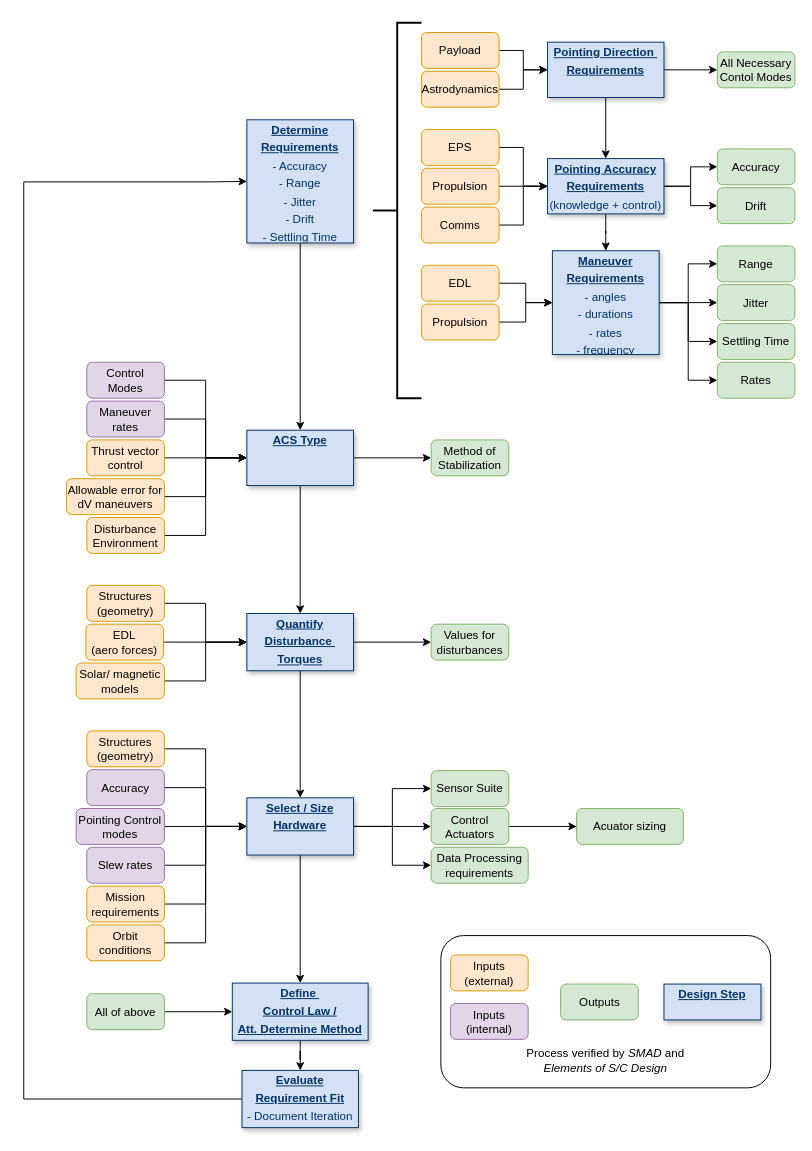
Earlier version of the draw.io diagram top-level_block_diagram.drawio (LMaiorano/DSE-AOCS-Design). Source tidied: cells renumbered, new cells numbered last; positions are measured from the earlier drawing's top-left corner, leaving out a move shared by most shapes. Both pictures are drawn from the tidied source at 97%, with x=0, y=0 at pixel (23, 22).
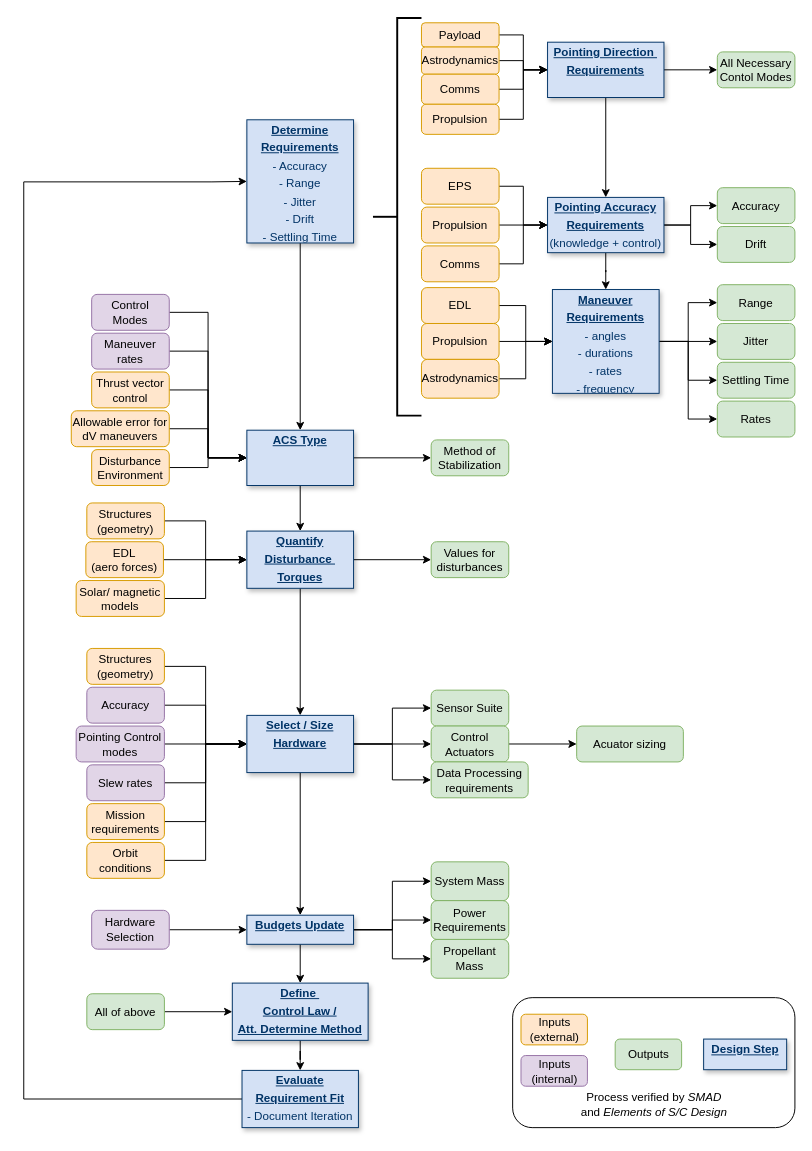
The same page after the edit.

Unchanged cells that the change refers to:
```xml
<mxCell id="4" value="&lt;p style=&quot;margin: 0px ; margin-top: 4px ; text-align: center ; text-decoration: underline&quot;&gt;&lt;b&gt;ACS Type&lt;/b&gt;&lt;/p&gt;&lt;p style=&quot;margin: 0px ; margin-top: 4px ; text-align: center ; text-decoration: underline&quot;&gt;&lt;b&gt;&lt;br&gt;&lt;/b&gt;&lt;/p&gt;" style="verticalAlign=top;align=left;overflow=fill;fontSize=12;fontFamily=Helvetica;html=1;strokeColor=#003366;shadow=1;fillColor=#D4E1F5;fontColor=#003366;" parent="1" vertex="1">
  <mxGeometry x="230" y="420" width="110" height="57" as="geometry" />
</mxCell>
<mxCell id="7" value="&lt;p style=&quot;margin: 0px ; margin-top: 4px ; text-align: center ; text-decoration: underline&quot;&gt;&lt;b&gt;Pointing Direction&amp;nbsp;&lt;/b&gt;&lt;/p&gt;&lt;p style=&quot;margin: 0px ; margin-top: 4px ; text-align: center ; text-decoration: underline&quot;&gt;&lt;b&gt;Requirements&lt;/b&gt;&lt;/p&gt;" style="verticalAlign=top;align=left;overflow=fill;fontSize=12;fontFamily=Helvetica;html=1;strokeColor=#003366;shadow=1;fillColor=#D4E1F5;fontColor=#003366;" parent="1" vertex="1">
  <mxGeometry x="540" y="20" width="120" height="57" as="geometry" />
</mxCell>
<mxCell id="26" value="&lt;p style=&quot;margin: 0px ; margin-top: 4px ; text-align: center ; text-decoration: underline&quot;&gt;&lt;b&gt;Define&amp;nbsp;&lt;/b&gt;&lt;/p&gt;&lt;p style=&quot;margin: 0px ; margin-top: 4px ; text-align: center ; text-decoration: underline&quot;&gt;&lt;b&gt;Control Law /&lt;/b&gt;&lt;/p&gt;&lt;p style=&quot;margin: 0px ; margin-top: 4px ; text-align: center ; text-decoration: underline&quot;&gt;&lt;b&gt;Att. Determine Method&lt;/b&gt;&lt;/p&gt;" style="verticalAlign=top;align=left;overflow=fill;fontSize=12;fontFamily=Helvetica;html=1;strokeColor=#003366;shadow=1;fillColor=#D4E1F5;fontColor=#003366;" parent="1" vertex="1">
  <mxGeometry x="215" y="990" width="140" height="59" as="geometry" />
</mxCell>
```

What changed in the source:
```diff
@@
     <mxCell id="11" value="&lt;p style=&quot;margin: 0px ; margin-top: 4px ; text-align: center ; text-decoration: underline&quot;&gt;&lt;b&gt;Pointing Accuracy&lt;/b&gt;&lt;/p&gt;&lt;p style=&quot;margin: 0px ; margin-top: 4px ; text-align: center ; text-decoration: underline&quot;&gt;&lt;b&gt;Requirements&lt;/b&gt;&lt;/p&gt;&lt;p style=&quot;margin: 4px 0px 0px ; text-align: center&quot;&gt;(knowledge + control)&lt;/p&gt;" style="verticalAlign=top;align=left;overflow=fill;fontSize=12;fontFamily=Helvetica;html=1;strokeColor=#003366;shadow=1;fillColor=#D4E1F5;fontColor=#003366;" parent="1" vertex="1">
-      <mxGeometry x="540" y="140" width="120" height="57" as="geometry" />
+      <mxGeometry x="540" y="180" width="120" height="57" as="geometry" />
     </mxCell>
@@
     <mxCell id="16" value="&lt;p style=&quot;margin: 0px ; margin-top: 4px ; text-align: center ; text-decoration: underline&quot;&gt;&lt;b&gt;Maneuver&lt;/b&gt;&lt;/p&gt;&lt;p style=&quot;margin: 0px ; margin-top: 4px ; text-align: center ; text-decoration: underline&quot;&gt;&lt;b&gt;Requirements&lt;/b&gt;&lt;/p&gt;&lt;p style=&quot;margin: 4px 0px 0px ; text-align: center&quot;&gt;- angles&lt;/p&gt;&lt;p style=&quot;margin: 4px 0px 0px ; text-align: center&quot;&gt;- durations&lt;/p&gt;&lt;p style=&quot;margin: 4px 0px 0px ; text-align: center&quot;&gt;- rates&lt;/p&gt;&lt;p style=&quot;margin: 4px 0px 0px ; text-align: center&quot;&gt;- frequency&lt;/p&gt;" style="verticalAlign=top;align=left;overflow=fill;fontSize=12;fontFamily=Helvetica;html=1;strokeColor=#003366;shadow=1;fillColor=#D4E1F5;fontColor=#003366;" parent="1" vertex="1">
-      <mxGeometry x="545" y="235" width="110" height="107" as="geometry" />
+      <mxGeometry x="545" y="275" width="110" height="107" as="geometry" />
     </mxCell>
@@
     <mxCell id="19" value="&lt;p style=&quot;margin: 0px ; margin-top: 4px ; text-align: center ; text-decoration: underline&quot;&gt;&lt;b&gt;Quantify&lt;/b&gt;&lt;/p&gt;&lt;p style=&quot;margin: 0px ; margin-top: 4px ; text-align: center ; text-decoration: underline&quot;&gt;&lt;b&gt;Disturbance&amp;nbsp;&lt;/b&gt;&lt;/p&gt;&lt;p style=&quot;margin: 0px ; margin-top: 4px ; text-align: center ; text-decoration: underline&quot;&gt;&lt;b&gt;Torques&lt;/b&gt;&lt;/p&gt;" style="verticalAlign=top;align=left;overflow=fill;fontSize=12;fontFamily=Helvetica;html=1;strokeColor=#003366;shadow=1;fillColor=#D4E1F5;fontColor=#003366;" parent="1" vertex="1">
-      <mxGeometry x="230" y="609" width="110" height="59" as="geometry" />
+      <mxGeometry x="230" y="524" width="110" height="59" as="geometry" />
     </mxCell>
-    <mxCell id="20" style="edgeStyle=orthogonalEdgeStyle;rounded=0;jettySize=auto;html=1;" parent="1" edge="1" source="24" target="26">
-      <mxGeometry relative="1" as="geometry" />
-    </mxCell>
@@
+    <mxCell id="97" style="edgeStyle=orthogonalEdgeStyle;rounded=0;jettySize=auto;html=1;" parent="1" edge="1" source="24" target="109">
+      <mxGeometry relative="1" as="geometry" />
+    </mxCell>
     <mxCell id="24" value="&lt;p style=&quot;margin: 0px ; margin-top: 4px ; text-align: center ; text-decoration: underline&quot;&gt;&lt;b&gt;Select / Size&lt;/b&gt;&lt;/p&gt;&lt;p style=&quot;margin: 0px ; margin-top: 4px ; text-align: center ; text-decoration: underline&quot;&gt;&lt;b&gt;Hardware&lt;/b&gt;&lt;/p&gt;" style="verticalAlign=top;align=left;overflow=fill;fontSize=12;fontFamily=Helvetica;html=1;strokeColor=#003366;shadow=1;fillColor=#D4E1F5;fontColor=#003366;" parent="1" vertex="1">
-      <mxGeometry x="230" y="799" width="110" height="59" as="geometry" />
+      <mxGeometry x="230" y="714" width="110" height="59" as="geometry" />
     </mxCell>
@@
-    <mxCell id="31" style="edgeStyle=orthogonalEdgeStyle;rounded=0;jettySize=auto;html=1;" parent="1" edge="1" source="32" target="4">
+    <mxCell id="31" style="edgeStyle=orthogonalEdgeStyle;rounded=0;jettySize=auto;html=1;entryX=0;entryY=0.5;entryDx=0;entryDy=0;" parent="1" edge="1" source="32" target="4">
       <mxGeometry relative="1" as="geometry" />
     </mxCell>
     <mxCell id="32" value="Thrust vector control" style="rounded=1;whiteSpace=wrap;html=1;fillColor=#ffe6cc;strokeColor=#d79b00;" parent="1" vertex="1">
-      <mxGeometry x="65" y="430" width="80" height="37" as="geometry" />
+      <mxGeometry x="70" y="360" width="80" height="37" as="geometry" />
     </mxCell>
@@
     <mxCell id="34" value="Allowable error for dV maneuvers" style="rounded=1;whiteSpace=wrap;html=1;fillColor=#ffe6cc;strokeColor=#d79b00;" parent="1" vertex="1">
-      <mxGeometry x="44" y="470" width="101" height="37" as="geometry" />
+      <mxGeometry x="49" y="400" width="101" height="37" as="geometry" />
     </mxCell>
@@
     <mxCell id="36" value="Maneuver rates" style="rounded=1;whiteSpace=wrap;html=1;fillColor=#e1d5e7;strokeColor=#9673a6;" parent="1" vertex="1">
-      <mxGeometry x="65" y="390" width="80" height="37" as="geometry" />
+      <mxGeometry x="70" y="320" width="80" height="37" as="geometry" />
     </mxCell>
@@
     <mxCell id="38" value="Payload" style="rounded=1;whiteSpace=wrap;html=1;fillColor=#ffe6cc;strokeColor=#d79b00;" parent="1" vertex="1">
-      <mxGeometry x="410" y="10" width="80" height="37" as="geometry" />
+      <mxGeometry x="410" width="80" height="25" as="geometry" />
     </mxCell>
     <mxCell id="39" style="group;" parent="1" vertex="1">
-      <mxGeometry x="430" y="941" width="340" height="157" as="geometry" />
+      <mxGeometry x="504" y="1005" width="291" height="134" as="geometry" />
     </mxCell>
     <mxCell id="40" style="rounded=1;whiteSpace=wrap;html=1;" parent="39" vertex="1">
-      <mxGeometry width="340" height="157" as="geometry" />
+      <mxGeometry width="291" height="134" as="geometry" />
     </mxCell>
     <mxCell id="41" value="&lt;p style=&quot;margin: 0px ; margin-top: 4px ; text-align: center ; text-decoration: underline&quot;&gt;&lt;b&gt;Design Step&lt;/b&gt;&lt;/p&gt;" style="verticalAlign=top;align=left;overflow=fill;fontSize=12;fontFamily=Helvetica;html=1;strokeColor=#003366;shadow=1;fillColor=#D4E1F5;fontColor=#003366;" parent="39" vertex="1">
-      <mxGeometry x="230" y="50" width="100" height="37" as="geometry" />
+      <mxGeometry x="196.9" y="42.7" width="85.6" height="31.6" as="geometry" />
     </mxCell>
     <mxCell id="42" value="Inputs (external)" style="rounded=1;whiteSpace=wrap;html=1;fillColor=#ffe6cc;strokeColor=#d79b00;" parent="39" vertex="1">
-      <mxGeometry x="10" y="20" width="80" height="37" as="geometry" />
+      <mxGeometry x="8.6" y="17.1" width="68.5" height="31.6" as="geometry" />
     </mxCell>
     <mxCell id="43" value="Process verified by &lt;i&gt;SMAD&lt;/i&gt; and &lt;i&gt;Elements of S/C Design&lt;/i&gt;" style="text;html=1;strokeColor=none;fillColor=none;align=center;verticalAlign=middle;whiteSpace=wrap;rounded=0;" parent="39" vertex="1">
-      <mxGeometry x="80" y="120" width="180" height="17" as="geometry" />
+      <mxGeometry x="68.5" y="102.4" width="154.1" height="14.5" as="geometry" />
     </mxCell>
     <mxCell id="44" value="Outputs" style="rounded=1;whiteSpace=wrap;html=1;fillColor=#d5e8d4;strokeColor=#82b366;" parent="39" vertex="1">
-      <mxGeometry x="123.5" y="50" width="80" height="37" as="geometry" />
+      <mxGeometry x="105.7" y="42.7" width="68.5" height="31.6" as="geometry" />
     </mxCell>
     <mxCell id="45" value="Inputs&lt;br&gt;(internal)" style="rounded=1;whiteSpace=wrap;html=1;fillColor=#e1d5e7;strokeColor=#9673a6;" parent="39" vertex="1">
-      <mxGeometry x="10" y="70" width="80" height="37" as="geometry" />
+      <mxGeometry x="8.6" y="59.7" width="68.5" height="31.6" as="geometry" />
     </mxCell>
@@
     <mxCell id="47" value="Astrodynamics" style="rounded=1;whiteSpace=wrap;html=1;fillColor=#ffe6cc;strokeColor=#d79b00;" parent="1" vertex="1">
-      <mxGeometry x="410" y="50" width="80" height="37" as="geometry" />
+      <mxGeometry x="410" y="25" width="80" height="28" as="geometry" />
     </mxCell>
@@
     <mxCell id="49" value="EPS" style="rounded=1;whiteSpace=wrap;html=1;fillColor=#ffe6cc;strokeColor=#d79b00;" parent="1" vertex="1">
-      <mxGeometry x="410" y="110" width="80" height="37" as="geometry" />
+      <mxGeometry x="410" y="150" width="80" height="37" as="geometry" />
     </mxCell>
@@
     <mxCell id="51" value="Comms" style="rounded=1;whiteSpace=wrap;html=1;fillColor=#ffe6cc;strokeColor=#d79b00;" parent="1" vertex="1">
-      <mxGeometry x="410" y="190" width="80" height="37" as="geometry" />
+      <mxGeometry x="410" y="230" width="80" height="37" as="geometry" />
     </mxCell>
@@
     <mxCell id="53" value="Propulsion" style="rounded=1;whiteSpace=wrap;html=1;fillColor=#ffe6cc;strokeColor=#d79b00;" parent="1" vertex="1">
-      <mxGeometry x="410" y="150" width="80" height="37" as="geometry" />
+      <mxGeometry x="410" y="190" width="80" height="37" as="geometry" />
     </mxCell>
@@
     <mxCell id="56" value="EDL" style="rounded=1;whiteSpace=wrap;html=1;fillColor=#ffe6cc;strokeColor=#d79b00;" parent="1" vertex="1">
-      <mxGeometry x="410" y="250" width="80" height="37" as="geometry" />
+      <mxGeometry x="410" y="273" width="80" height="37" as="geometry" />
     </mxCell>
@@
     <mxCell id="58" value="Propulsion" style="rounded=1;whiteSpace=wrap;html=1;fillColor=#ffe6cc;strokeColor=#d79b00;" parent="1" vertex="1">
-      <mxGeometry x="410" y="290" width="80" height="37" as="geometry" />
+      <mxGeometry x="410" y="310" width="80" height="37" as="geometry" />
     </mxCell>
     <mxCell id="59" value="Accuracy" style="rounded=1;whiteSpace=wrap;html=1;fillColor=#d5e8d4;strokeColor=#82b366;" parent="1" vertex="1">
-      <mxGeometry x="715" y="130" width="80" height="37" as="geometry" />
+      <mxGeometry x="715" y="170" width="80" height="37" as="geometry" />
     </mxCell>
     <mxCell id="60" value="Range" style="rounded=1;whiteSpace=wrap;html=1;fillColor=#d5e8d4;strokeColor=#82b366;" parent="1" vertex="1">
-      <mxGeometry x="715" y="230" width="80" height="37" as="geometry" />
+      <mxGeometry x="715" y="270" width="80" height="37" as="geometry" />
     </mxCell>
     <mxCell id="61" value="Jitter" style="rounded=1;whiteSpace=wrap;html=1;fillColor=#d5e8d4;strokeColor=#82b366;" parent="1" vertex="1">
-      <mxGeometry x="715" y="270" width="80" height="37" as="geometry" />
+      <mxGeometry x="715" y="310" width="80" height="37" as="geometry" />
     </mxCell>
     <mxCell id="62" value="Settling Time" style="rounded=1;whiteSpace=wrap;html=1;fillColor=#d5e8d4;strokeColor=#82b366;" parent="1" vertex="1">
-      <mxGeometry x="715" y="310" width="80" height="37" as="geometry" />
+      <mxGeometry x="715" y="350" width="80" height="37" as="geometry" />
     </mxCell>
     <mxCell id="63" value="Drift" style="rounded=1;whiteSpace=wrap;html=1;fillColor=#d5e8d4;strokeColor=#82b366;" parent="1" vertex="1">
-      <mxGeometry x="715" y="170" width="80" height="37" as="geometry" />
+      <mxGeometry x="715" y="210" width="80" height="37" as="geometry" />
     </mxCell>
@@
     <mxCell id="65" value="Control Modes" style="rounded=1;whiteSpace=wrap;html=1;fillColor=#e1d5e7;strokeColor=#9673a6;" parent="1" vertex="1">
-      <mxGeometry x="65" y="350" width="80" height="37" as="geometry" />
+      <mxGeometry x="70" y="280" width="80" height="37" as="geometry" />
     </mxCell>
     <mxCell id="66" value="Rates" style="rounded=1;whiteSpace=wrap;html=1;fillColor=#d5e8d4;strokeColor=#82b366;" parent="1" vertex="1">
-      <mxGeometry x="715" y="350" width="80" height="37" as="geometry" />
+      <mxGeometry x="715" y="390" width="80" height="37" as="geometry" />
     </mxCell>
@@
     <mxCell id="69" value="Disturbance Environment" style="rounded=1;whiteSpace=wrap;html=1;fillColor=#ffe6cc;strokeColor=#d79b00;" parent="1" vertex="1">
-      <mxGeometry x="65" y="510" width="80" height="37" as="geometry" />
+      <mxGeometry x="70" y="440" width="80" height="37" as="geometry" />
     </mxCell>
     <mxCell id="70" style="strokeWidth=2;html=1;shape=mxgraph.flowchart.annotation_2;align=left;labelPosition=right;" parent="1" vertex="1">
-      <mxGeometry x="360" width="50" height="387" as="geometry" />
+      <mxGeometry x="360" y="-5" width="50" height="410" as="geometry" />
     </mxCell>
@@
     <mxCell id="72" value="Structures&lt;br&gt;(geometry)" style="rounded=1;whiteSpace=wrap;html=1;fillColor=#ffe6cc;strokeColor=#d79b00;" parent="1" vertex="1">
-      <mxGeometry x="65" y="580" width="80" height="37" as="geometry" />
+      <mxGeometry x="65" y="495" width="80" height="37" as="geometry" />
     </mxCell>
@@
     <mxCell id="74" value="EDL&lt;br&gt;(aero forces)" style="rounded=1;whiteSpace=wrap;html=1;fillColor=#ffe6cc;strokeColor=#d79b00;" parent="1" vertex="1">
-      <mxGeometry x="64" y="620" width="80" height="37" as="geometry" />
+      <mxGeometry x="64" y="535" width="80" height="37" as="geometry" />
     </mxCell>
@@
     <mxCell id="76" value="Solar/ magnetic models" style="rounded=1;whiteSpace=wrap;html=1;fillColor=#ffe6cc;strokeColor=#d79b00;" parent="1" vertex="1">
-      <mxGeometry x="54" y="660" width="91" height="37" as="geometry" />
+      <mxGeometry x="54" y="575" width="91" height="37" as="geometry" />
     </mxCell>
     <mxCell id="77" value="Values for disturbances" style="rounded=1;whiteSpace=wrap;html=1;fillColor=#d5e8d4;strokeColor=#82b366;" parent="1" vertex="1">
-      <mxGeometry x="420" y="620" width="80" height="37" as="geometry" />
+      <mxGeometry x="420" y="535" width="80" height="37" as="geometry" />
     </mxCell>
@@
     <mxCell id="79" value="Structures&lt;br&gt;(geometry)" style="rounded=1;whiteSpace=wrap;html=1;fillColor=#ffe6cc;strokeColor=#d79b00;" parent="1" vertex="1">
-      <mxGeometry x="65" y="730" width="80" height="37" as="geometry" />
+      <mxGeometry x="65" y="645" width="80" height="37" as="geometry" />
     </mxCell>
@@
     <mxCell id="81" value="Accuracy" style="rounded=1;whiteSpace=wrap;html=1;fillColor=#e1d5e7;strokeColor=#9673a6;" parent="1" vertex="1">
-      <mxGeometry x="65" y="770" width="80" height="37" as="geometry" />
+      <mxGeometry x="65" y="685" width="80" height="37" as="geometry" />
     </mxCell>
@@
     <mxCell id="83" value="Pointing Control modes" style="rounded=1;whiteSpace=wrap;html=1;fillColor=#e1d5e7;strokeColor=#9673a6;" parent="1" vertex="1">
-      <mxGeometry x="54" y="810" width="91" height="37" as="geometry" />
+      <mxGeometry x="54" y="725" width="91" height="37" as="geometry" />
     </mxCell>
@@
     <mxCell id="85" value="Slew rates" style="rounded=1;whiteSpace=wrap;html=1;fillColor=#e1d5e7;strokeColor=#9673a6;" parent="1" vertex="1">
-      <mxGeometry x="65" y="850" width="80" height="37" as="geometry" />
+      <mxGeometry x="65" y="765" width="80" height="37" as="geometry" />
     </mxCell>
@@
     <mxCell id="87" value="Mission requirements" style="rounded=1;whiteSpace=wrap;html=1;fillColor=#ffe6cc;strokeColor=#d79b00;" parent="1" vertex="1">
-      <mxGeometry x="65" y="890" width="80" height="37" as="geometry" />
+      <mxGeometry x="65" y="805" width="80" height="37" as="geometry" />
     </mxCell>
@@
     <mxCell id="89" value="Orbit conditions" style="rounded=1;whiteSpace=wrap;html=1;fillColor=#ffe6cc;strokeColor=#d79b00;" parent="1" vertex="1">
-      <mxGeometry x="65" y="930" width="80" height="37" as="geometry" />
+      <mxGeometry x="65" y="845" width="80" height="37" as="geometry" />
     </mxCell>
     <mxCell id="90" value="Sensor Suite" style="rounded=1;whiteSpace=wrap;html=1;fillColor=#d5e8d4;strokeColor=#82b366;" parent="1" vertex="1">
-      <mxGeometry x="420" y="771" width="80" height="37" as="geometry" />
+      <mxGeometry x="420" y="688" width="80" height="37" as="geometry" />
     </mxCell>
@@
     <mxCell id="92" value="Control Actuators" style="rounded=1;whiteSpace=wrap;html=1;fillColor=#d5e8d4;strokeColor=#82b366;" parent="1" vertex="1">
-      <mxGeometry x="420" y="810" width="80" height="37" as="geometry" />
+      <mxGeometry x="420" y="725" width="80" height="37" as="geometry" />
     </mxCell>
     <mxCell id="93" value="Data Processing requirements" style="rounded=1;whiteSpace=wrap;html=1;fillColor=#d5e8d4;strokeColor=#82b366;" parent="1" vertex="1">
-      <mxGeometry x="420" y="850" width="100" height="37" as="geometry" />
+      <mxGeometry x="420" y="762" width="100" height="37" as="geometry" />
     </mxCell>
     <mxCell id="94" value="Acuator sizing" style="rounded=1;whiteSpace=wrap;html=1;fillColor=#d5e8d4;strokeColor=#82b366;" parent="1" vertex="1">
-      <mxGeometry x="570" y="810" width="110" height="37" as="geometry" />
+      <mxGeometry x="570" y="725" width="110" height="37" as="geometry" />
     </mxCell>
@@
+    <mxCell id="98" style="edgeStyle=orthogonalEdgeStyle;rounded=0;jettySize=auto;html=1;" parent="1" edge="1" source="99" target="7">
+      <mxGeometry relative="1" as="geometry" />
+    </mxCell>
+    <mxCell id="99" value="Comms" style="rounded=1;whiteSpace=wrap;html=1;fillColor=#ffe6cc;strokeColor=#d79b00;" parent="1" vertex="1">
+      <mxGeometry x="410" y="53" width="80" height="31" as="geometry" />
+    </mxCell>
+    <mxCell id="100" style="edgeStyle=orthogonalEdgeStyle;rounded=0;jettySize=auto;html=1;entryX=0;entryY=0.5;entryDx=0;entryDy=0;" parent="1" edge="1" source="101" target="7">
+      <mxGeometry relative="1" as="geometry" />
+    </mxCell>
+    <mxCell id="101" value="Propulsion" style="rounded=1;whiteSpace=wrap;html=1;fillColor=#ffe6cc;strokeColor=#d79b00;" parent="1" vertex="1">
+      <mxGeometry x="410" y="84" width="80" height="31" as="geometry" />
+    </mxCell>
+    <mxCell id="102" style="edgeStyle=orthogonalEdgeStyle;rounded=0;jettySize=auto;html=1;" parent="1" edge="1" source="103" target="16">
+      <mxGeometry relative="1" as="geometry" />
+    </mxCell>
+    <mxCell id="103" value="Astrodynamics" style="rounded=1;whiteSpace=wrap;html=1;fillColor=#ffe6cc;strokeColor=#d79b00;" parent="1" vertex="1">
+      <mxGeometry x="410" y="347" width="80" height="40" as="geometry" />
+    </mxCell>
+    <mxCell id="104" value="System Mass" style="rounded=1;whiteSpace=wrap;html=1;fillColor=#d5e8d4;strokeColor=#82b366;" parent="1" vertex="1">
+      <mxGeometry x="420" y="865" width="80" height="40" as="geometry" />
+    </mxCell>
+    <mxCell id="105" style="edgeStyle=orthogonalEdgeStyle;rounded=0;jettySize=auto;html=1;entryX=0;entryY=0.5;entryDx=0;entryDy=0;" parent="1" edge="1" source="109" target="104">
+      <mxGeometry relative="1" as="geometry" />
+    </mxCell>
+    <mxCell id="106" style="edgeStyle=orthogonalEdgeStyle;rounded=0;jettySize=auto;html=1;" parent="1" edge="1" source="109" target="110">
+      <mxGeometry relative="1" as="geometry" />
+    </mxCell>
+    <mxCell id="107" style="edgeStyle=orthogonalEdgeStyle;rounded=0;jettySize=auto;html=1;entryX=0.5;entryY=0;entryDx=0;entryDy=0;" parent="1" edge="1" source="109" target="26">
+      <mxGeometry relative="1" as="geometry" />
+    </mxCell>
+    <mxCell id="108" style="edgeStyle=orthogonalEdgeStyle;rounded=0;jettySize=auto;html=1;entryX=0;entryY=0.5;entryDx=0;entryDy=0;" parent="1" edge="1" source="109" target="111">
+      <mxGeometry relative="1" as="geometry" />
+    </mxCell>
+    <mxCell id="109" value="&lt;p style=&quot;margin: 0px ; margin-top: 4px ; text-align: center ; text-decoration: underline&quot;&gt;&lt;b&gt;Budgets Update&lt;/b&gt;&lt;/p&gt;" style="verticalAlign=top;align=left;overflow=fill;fontSize=12;fontFamily=Helvetica;html=1;strokeColor=#003366;shadow=1;fillColor=#D4E1F5;fontColor=#003366;" parent="1" vertex="1">
+      <mxGeometry x="230" y="920" width="110" height="30" as="geometry" />
+    </mxCell>
+    <mxCell id="110" value="Power Requirements" style="rounded=1;whiteSpace=wrap;html=1;fillColor=#d5e8d4;strokeColor=#82b366;" parent="1" vertex="1">
+      <mxGeometry x="420" y="905" width="80" height="40" as="geometry" />
+    </mxCell>
+    <mxCell id="111" value="Propellant Mass" style="rounded=1;whiteSpace=wrap;html=1;fillColor=#d5e8d4;strokeColor=#82b366;" parent="1" vertex="1">
+      <mxGeometry x="420" y="945" width="80" height="40" as="geometry" />
+    </mxCell>
+    <mxCell id="112" style="edgeStyle=orthogonalEdgeStyle;rounded=0;jettySize=auto;html=1;entryX=0;entryY=0.5;entryDx=0;entryDy=0;" parent="1" edge="1" source="113" target="109">
+      <mxGeometry relative="1" as="geometry" />
+    </mxCell>
+    <mxCell id="113" value="Hardware Selection" style="rounded=1;whiteSpace=wrap;html=1;fillColor=#e1d5e7;strokeColor=#9673a6;" parent="1" vertex="1">
+      <mxGeometry x="70" y="915" width="80" height="40" as="geometry" />
+    </mxCell>
```
